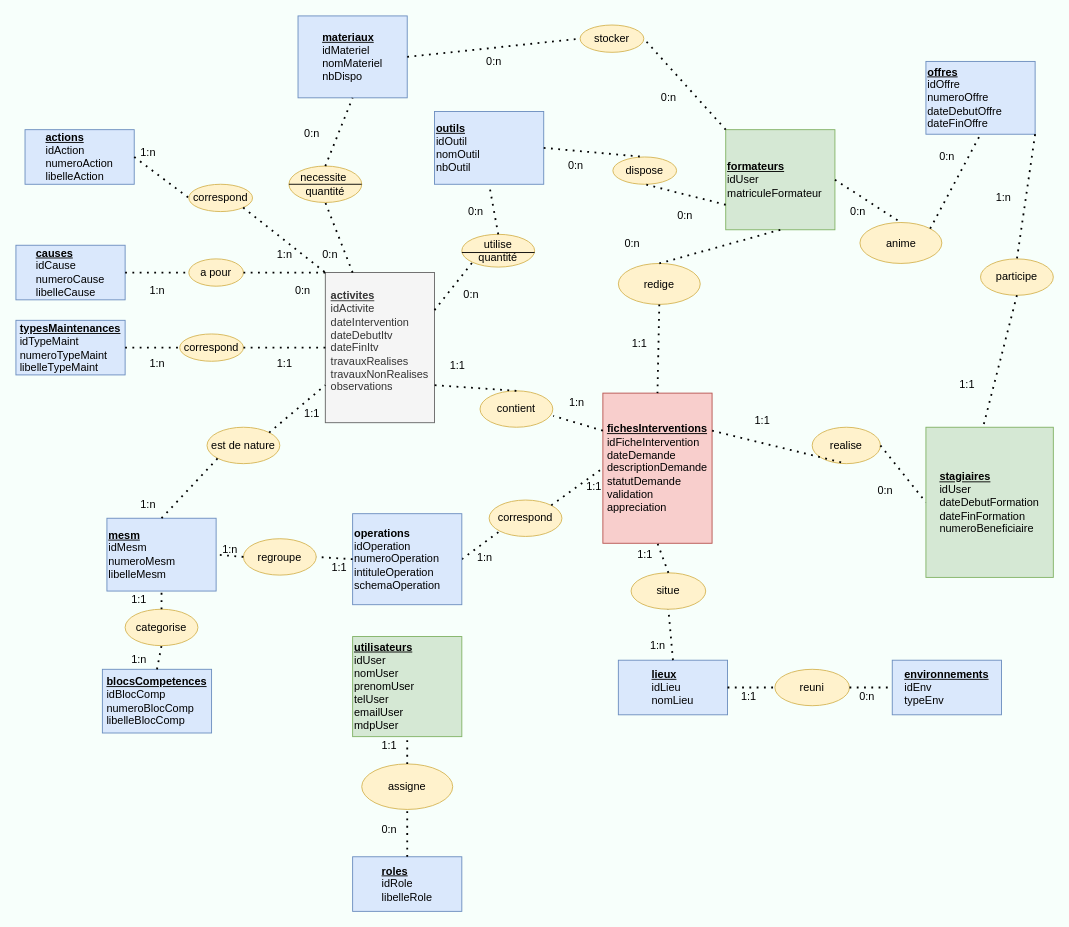
Earlier version of the draw.io diagram DOCS/mcd.drawio (tancraft/Stage). Source tidied: cells renumbered, new cells numbered last; positions are measured from the earlier drawing's top-left corner, leaving out a move shared by most shapes. Both pictures are drawn from the tidied source at 91%, with x=0, y=0 at pixel (15, 15).
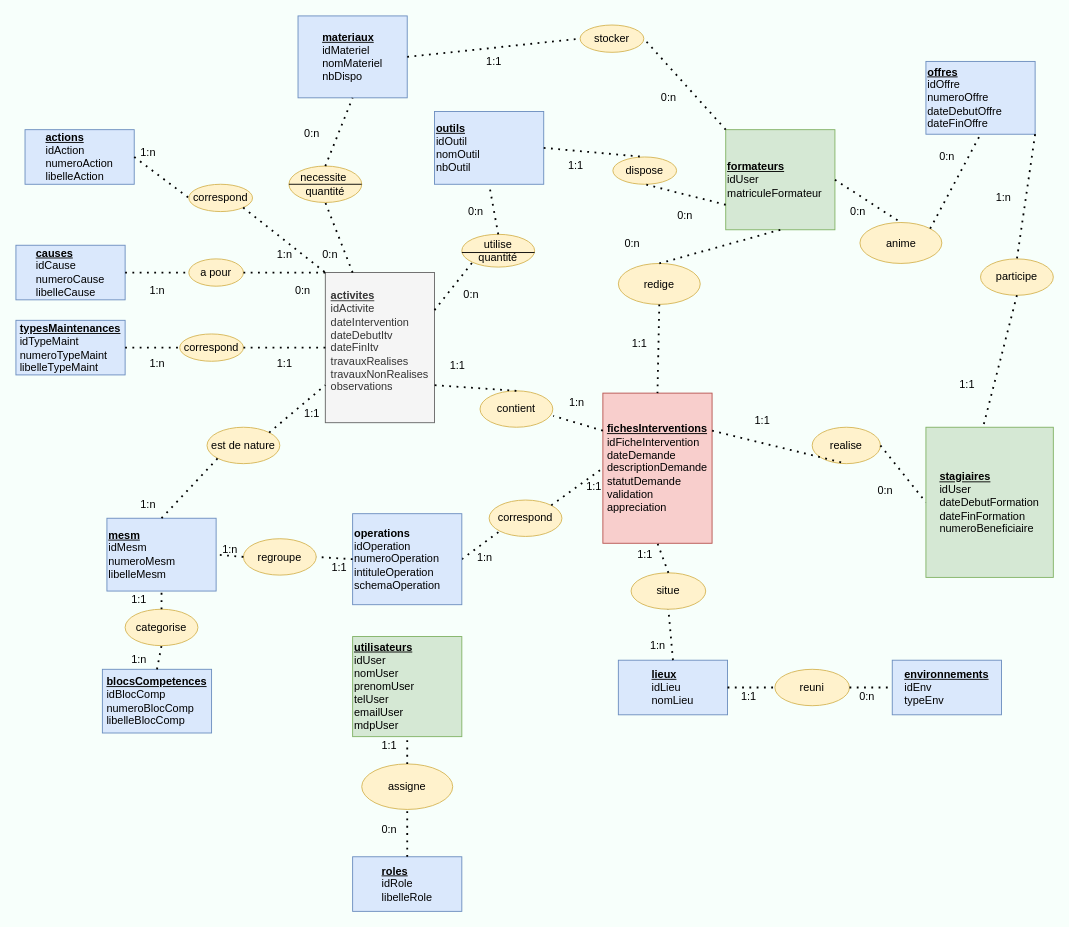
After the change.

The edit, as a diff of the source:
```diff
@@
-    <mxCell id="112" value="0:n" style="text;html=1;align=center;verticalAlign=middle;" parent="1" vertex="1">
+    <mxCell id="112" value="1:1" style="text;html=1;align=center;verticalAlign=middle;" parent="1" vertex="1">
       <mxGeometry x="510" y="40" width="30" height="20" as="geometry" />
     </mxCell>
@@
-    <mxCell id="114" value="0:n" style="text;html=1;align=center;verticalAlign=middle;" parent="1" vertex="1">
+    <mxCell id="114" value="1:1" style="text;html=1;align=center;verticalAlign=middle;" parent="1" vertex="1">
       <mxGeometry x="600" y="155" width="30" height="20" as="geometry" />
     </mxCell>
```
